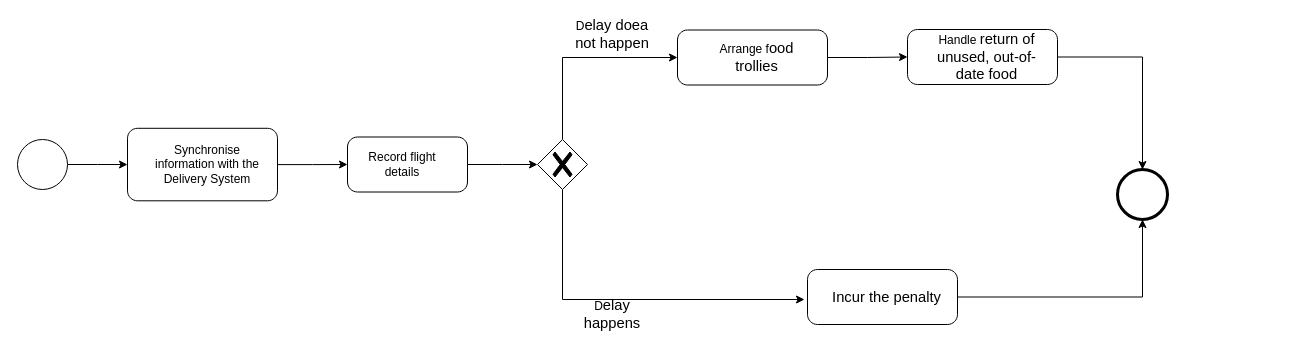
Before: Delivery system.drawio in zft666zft/ESA-Assignment, a draw.io diagram. Source tidied: cells renumbered, new cells numbered last; positions are measured from the earlier drawing's top-left corner, leaving out a move shared by most shapes. Both pictures are drawn from the tidied source at 100%, with x=0, y=0 at pixel (17, 19).
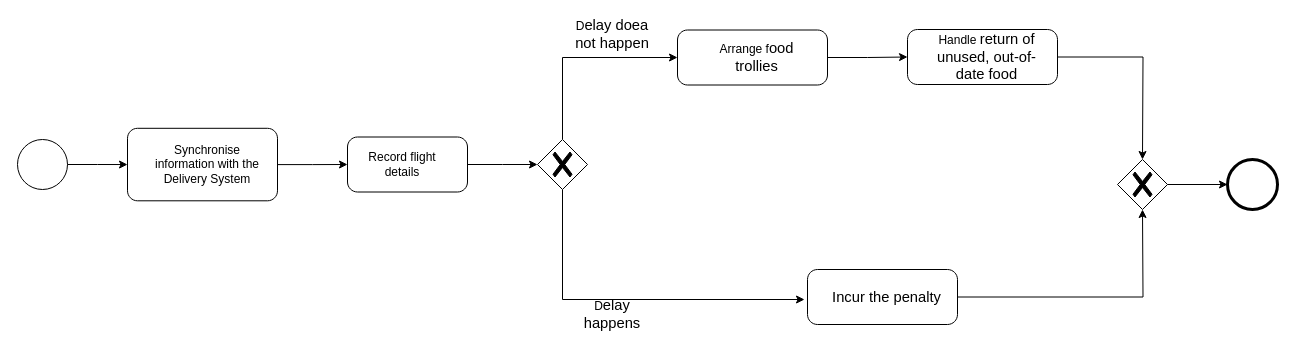
The same diagram, later.

Unchanged cells that the change refers to:
```xml
<mxCell id="14" style="points=[[0.25,0,0],[0.5,0,0],[0.75,0,0],[1,0.25,0],[1,0.5,0],[1,0.75,0],[0.75,1,0],[0.5,1,0],[0.25,1,0],[0,0.75,0],[0,0.5,0],[0,0.25,0]];shape=mxgraph.bpmn.task;whiteSpace=wrap;rectStyle=rounded;size=10;html=1;taskMarker=abstract;" parent="1" vertex="1">
  <mxGeometry x="890" y="10" width="150" height="55" as="geometry" />
</mxCell>
<mxCell id="21" style="points=[[0.25,0,0],[0.5,0,0],[0.75,0,0],[1,0.25,0],[1,0.5,0],[1,0.75,0],[0.75,1,0],[0.5,1,0],[0.25,1,0],[0,0.75,0],[0,0.5,0],[0,0.25,0]];shape=mxgraph.bpmn.task;whiteSpace=wrap;rectStyle=rounded;size=10;html=1;taskMarker=abstract;" parent="1" vertex="1">
  <mxGeometry x="790" y="250" width="150" height="55" as="geometry" />
</mxCell>
```

Diff of the diagram source:
```diff
@@
-    <mxCell id="3" style="points=[[0.145,0.145,0],[0.5,0,0],[0.855,0.145,0],[1,0.5,0],[0.855,0.855,0],[0.5,1,0],[0.145,0.855,0],[0,0.5,0]];shape=mxgraph.bpmn.event;html=1;verticalLabelPosition=bottom;labelBackgroundColor=#ffffff;verticalAlign=top;align=center;perimeter=ellipsePerimeter;outlineConnect=0;outline=standard;symbol=general;strokeWidth=3;" parent="1" vertex="1">
-      <mxGeometry x="1100" y="150" width="50" height="50" as="geometry" />
-    </mxCell>
@@
-    <mxCell id="13" style="edgeStyle=orthogonalEdgeStyle;rounded=0;jettySize=auto;html=1;" parent="1" edge="1" source="14" target="3">
-      <mxGeometry relative="1" as="geometry" />
+    <mxCell id="13" style="edgeStyle=orthogonalEdgeStyle;rounded=0;jettySize=auto;html=1;" parent="1" edge="1" source="14">
+      <mxGeometry relative="1" as="geometry">
+        <mxPoint x="1125" y="140" as="targetPoint" />
+      </mxGeometry>
     </mxCell>
@@
-    <mxCell id="24" style="edgeStyle=orthogonalEdgeStyle;rounded=0;jettySize=auto;html=1;entryX=0.5;entryY=1;entryDx=0;entryDy=0;entryPerimeter=0;" parent="1" edge="1" source="21" target="3">
-      <mxGeometry relative="1" as="geometry" />
+    <mxCell id="24" style="edgeStyle=orthogonalEdgeStyle;rounded=0;jettySize=auto;html=1;entryX=0.5;entryY=1;entryDx=0;entryDy=0;entryPerimeter=0;" parent="1" edge="1" source="21">
+      <mxGeometry relative="1" as="geometry">
+        <mxPoint x="1125" y="190" as="targetPoint" />
+      </mxGeometry>
     </mxCell>
+    <mxCell id="25" style="points=[[0.145,0.145,0],[0.5,0,0],[0.855,0.145,0],[1,0.5,0],[0.855,0.855,0],[0.5,1,0],[0.145,0.855,0],[0,0.5,0]];shape=mxgraph.bpmn.event;html=1;verticalLabelPosition=bottom;labelBackgroundColor=#ffffff;verticalAlign=top;align=center;perimeter=ellipsePerimeter;outlineConnect=0;outline=standard;symbol=general;strokeWidth=3;" parent="1" vertex="1">
+      <mxGeometry x="1210" y="140" width="50" height="50" as="geometry" />
+    </mxCell>
+    <mxCell id="26" style="points=[[0.25,0.25,0],[0.5,0,0],[0.75,0.25,0],[1,0.5,0],[0.75,0.75,0],[0.5,1,0],[0.25,0.75,0],[0,0.5,0]];shape=mxgraph.bpmn.gateway2;html=1;verticalLabelPosition=bottom;labelBackgroundColor=#ffffff;verticalAlign=top;align=center;perimeter=rhombusPerimeter;outlineConnect=0;outline=none;symbol=none;gwType=exclusive;" parent="1" vertex="1">
+      <mxGeometry x="1100" y="140" width="50" height="50" as="geometry" />
+    </mxCell>
+    <mxCell id="27" style="edgeStyle=orthogonalEdgeStyle;rounded=0;jettySize=auto;html=1;entryX=0;entryY=0.5;entryDx=0;entryDy=0;entryPerimeter=0;" parent="1" edge="1" source="26" target="25">
+      <mxGeometry relative="1" as="geometry" />
+    </mxCell>
```
